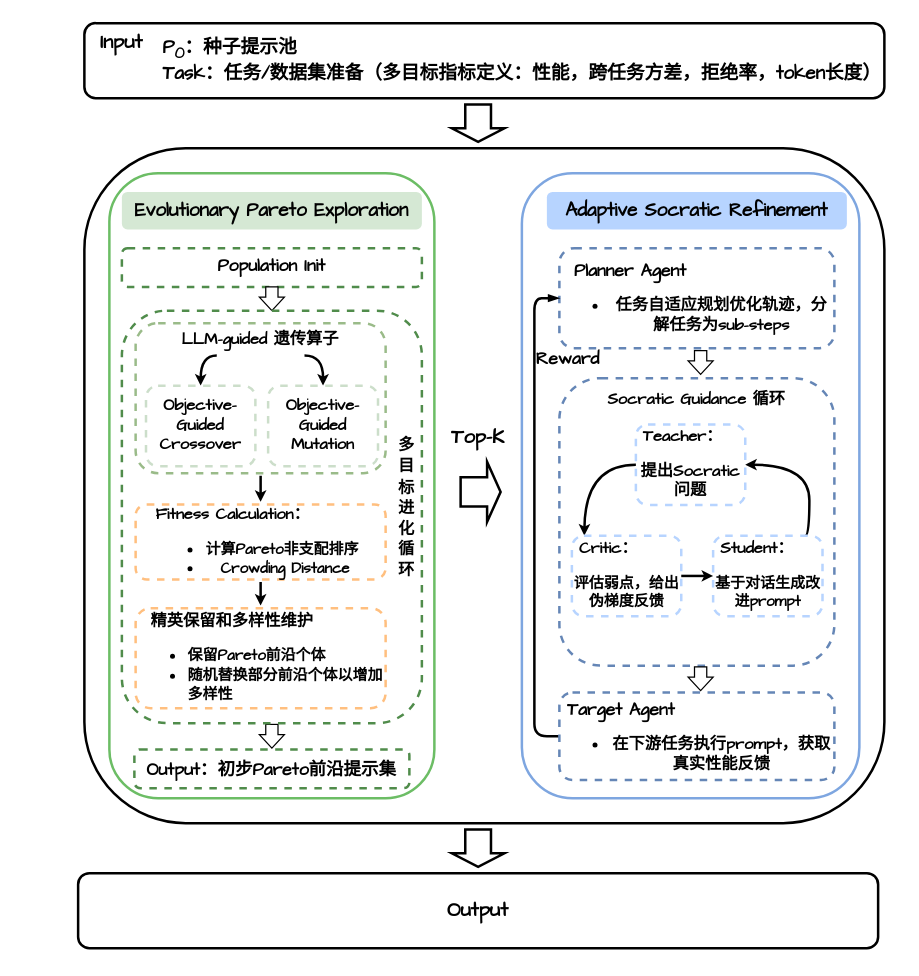
Earlier version of the draw.io diagram 11111.drawio (zhutumengtang/xml). Source tidied: cells renumbered, new cells numbered last; positions are measured from the earlier drawing's top-left corner, leaving out a move shared by most shapes. Both pictures are drawn from the tidied source at 125%, with x=0, y=0 at pixel (78, 22).
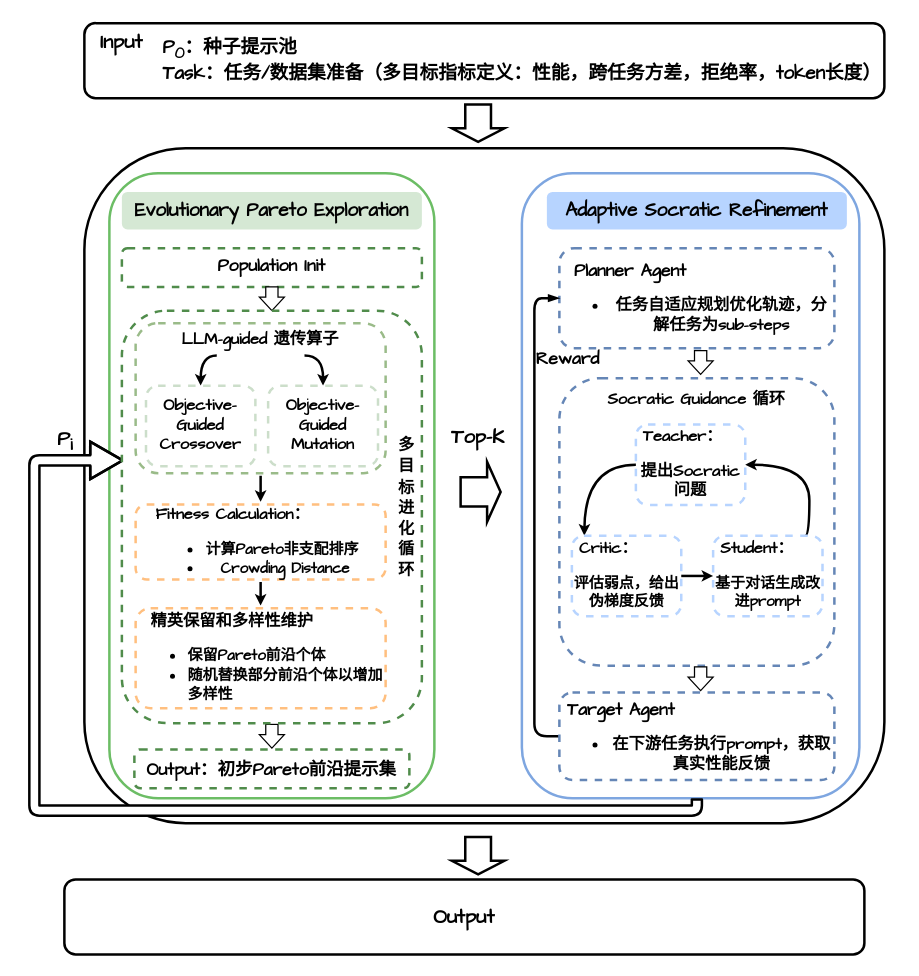
Above is the later version.

Unchanged cells that the change refers to:
```xml
<mxCell id="32" style="rounded=1;whiteSpace=wrap;html=1;labelBorderColor=#007FFF;strokeWidth=2;strokeColor=#508C4B;dashed=1;" parent="1" vertex="1">
  <mxGeometry x="35" y="230" width="240" height="330" as="geometry" />
</mxCell>
```

The edit, as a diff of the source:
```diff
@@
+    <mxCell id="49" style="edgeStyle=orthogonalEdgeStyle;rounded=1;jettySize=auto;html=1;entryX=0.007;entryY=0.363;entryDx=0;entryDy=0;entryPerimeter=0;curved=0;strokeWidth=2;jumpStyle=arc;shape=flexArrow;fillColor=#FFFFFF;startSize=8;width=7.0588235294117645;endSize=8;strokeColor=default;gradientColor=none;" parent="1" edge="1" target="32">
+      <mxGeometry relative="1" as="geometry">
+        <mxPoint x="495" y="620" as="sourcePoint" />
+        <Array as="points">
+          <mxPoint x="495" y="630" />
+          <mxPoint x="-35" y="630" />
+          <mxPoint x="-35" y="350" />
+        </Array>
+      </mxGeometry>
+    </mxCell>
@@
     <mxCell id="46" value="&lt;font style=&quot;font-size: 16px;&quot; face=&quot;Comic Sans MS&quot;&gt;&lt;b style=&quot;&quot;&gt;Output&lt;/b&gt;&lt;/font&gt;" style="rounded=1;whiteSpace=wrap;html=1;strokeWidth=2;" parent="1" vertex="1">
-      <mxGeometry y="680" width="640" height="60" as="geometry" />
+      <mxGeometry x="-11" y="685" width="640" height="60" as="geometry" />
     </mxCell>
@@
     <mxCell id="48" style="html=1;shadow=0;dashed=0;align=center;verticalAlign=middle;shape=mxgraph.arrows2.arrow;dy=0.51;dx=10.82;direction=south;notch=0;strokeWidth=2;" parent="1" vertex="1">
-      <mxGeometry x="299" y="645" width="42" height="30" as="geometry" />
+      <mxGeometry x="299" y="651" width="42" height="30" as="geometry" />
     </mxCell>
+    <mxCell id="50" value="&lt;p dir=&quot;auto&quot; style=&quot;text-align: left;&quot;&gt;&lt;font face=&quot;Comic Sans MS&quot; style=&quot;font-size: 16px;&quot;&gt;&lt;span style=&quot;white-space-collapse: preserve;&quot;&gt;&lt;b style=&quot;&quot;&gt;P&lt;sub style=&quot;&quot;&gt;i&lt;/sub&gt;&lt;/b&gt;&lt;/span&gt;&lt;/font&gt;&lt;/p&gt;&lt;p&gt;&lt;/p&gt;&lt;p&gt;&lt;/p&gt;" style="text;html=1;whiteSpace=wrap;strokeColor=none;fillColor=none;align=center;verticalAlign=middle;rounded=1;strokeWidth=2;dashed=1;" parent="1" vertex="1">
+      <mxGeometry x="-45" y="310" width="70" height="50" as="geometry" />
+    </mxCell>
```
